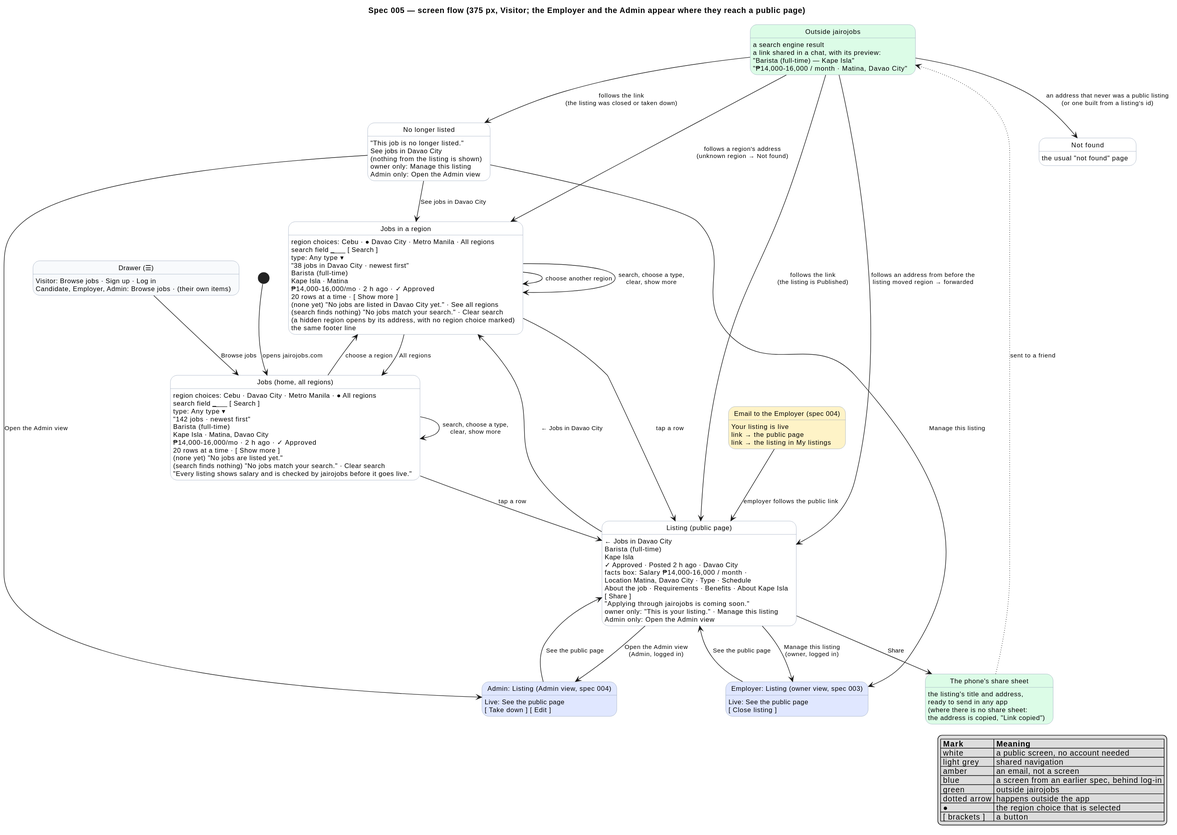
Before: docs/specs/005-public-browse-search/diagrams/screenflow-browse.svg, a diagram exported from PlantUML (raseniero/jairojobs-elixir).
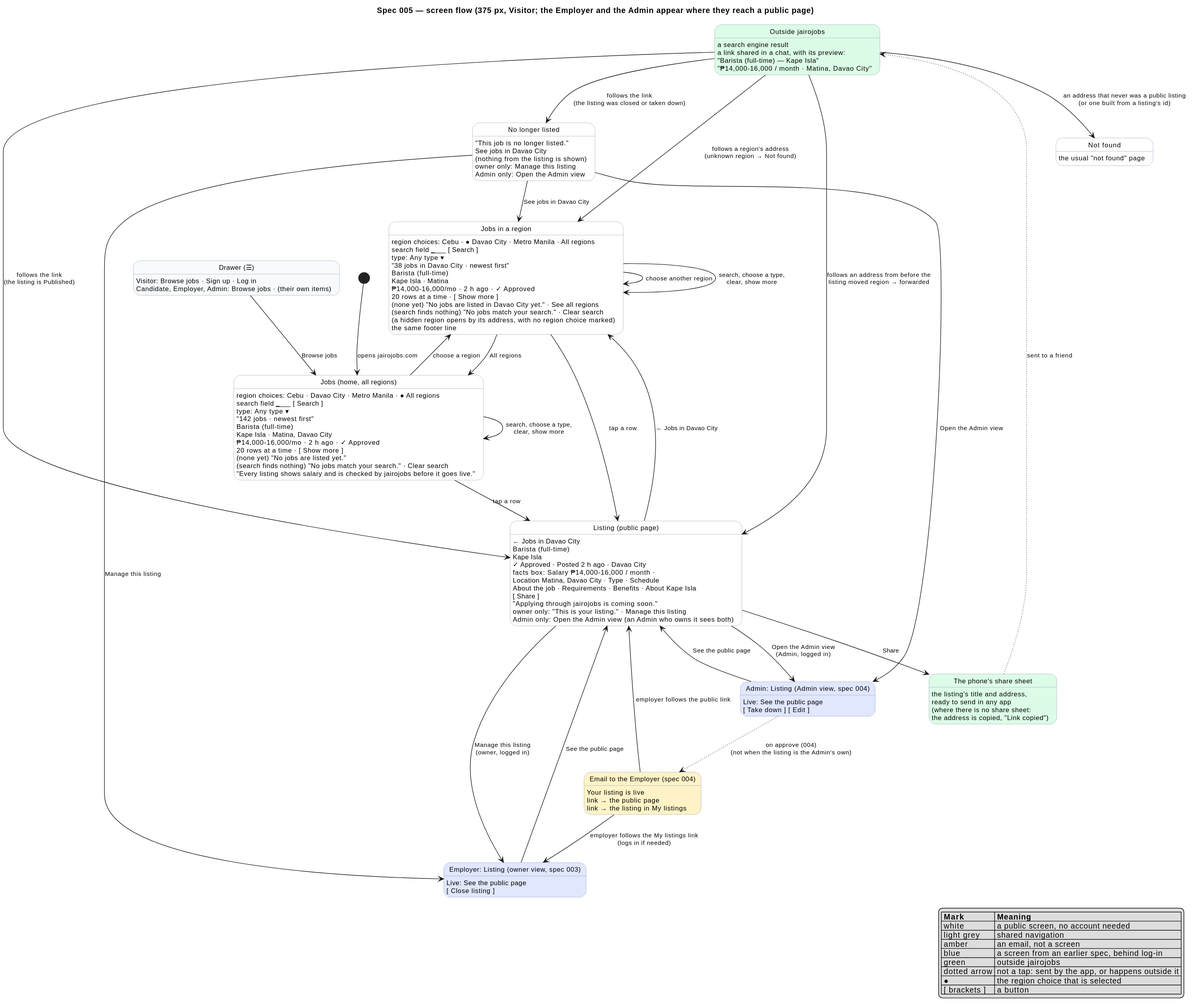
The same file after the commit.

The edit, as a diff of the source:
```diff
@@ -62,7 +62,7 @@
 Listing : [ Share ]
 Listing : "Applying through jairojobs is coming soon."
 Listing : owner only: "This is your listing." · Manage this listing
-Listing : Admin only: Open the Admin view
+Listing : Admin only: Open the Admin view (an Admin who owns it sees both)
 
 state "No longer listed" as Gone
 Gone : "This job is no longer listed."
@@ -112,7 +112,9 @@
 Outside --> Region : follows a region's address\n(unknown region → Not found)
 Gone --> Region : See jobs in Davao City
 
+Admin -[dotted]-> Mail : on approve (004)\n(not when the listing is the Admin's own)
 Mail --> Listing : employer follows the public link
+Mail --> Owner : employer follows the My listings link\n(logs in if needed)
 Listing --> Owner : Manage this listing\n(owner, logged in)
 Owner --> Listing : See the public page
 Listing --> Admin : Open the Admin view\n(Admin, logged in)
@@ -127,7 +129,7 @@
   | amber | an email, not a screen |
   | blue | a screen from an earlier spec, behind log-in |
   | green | outside jairojobs |
-  | dotted arrow | happens outside the app |
+  | dotted arrow | not a tap: sent by the app, or happens outside it |
   | ● | the region choice that is selected |
   | [ brackets ] | a button |
 endlegend
```
